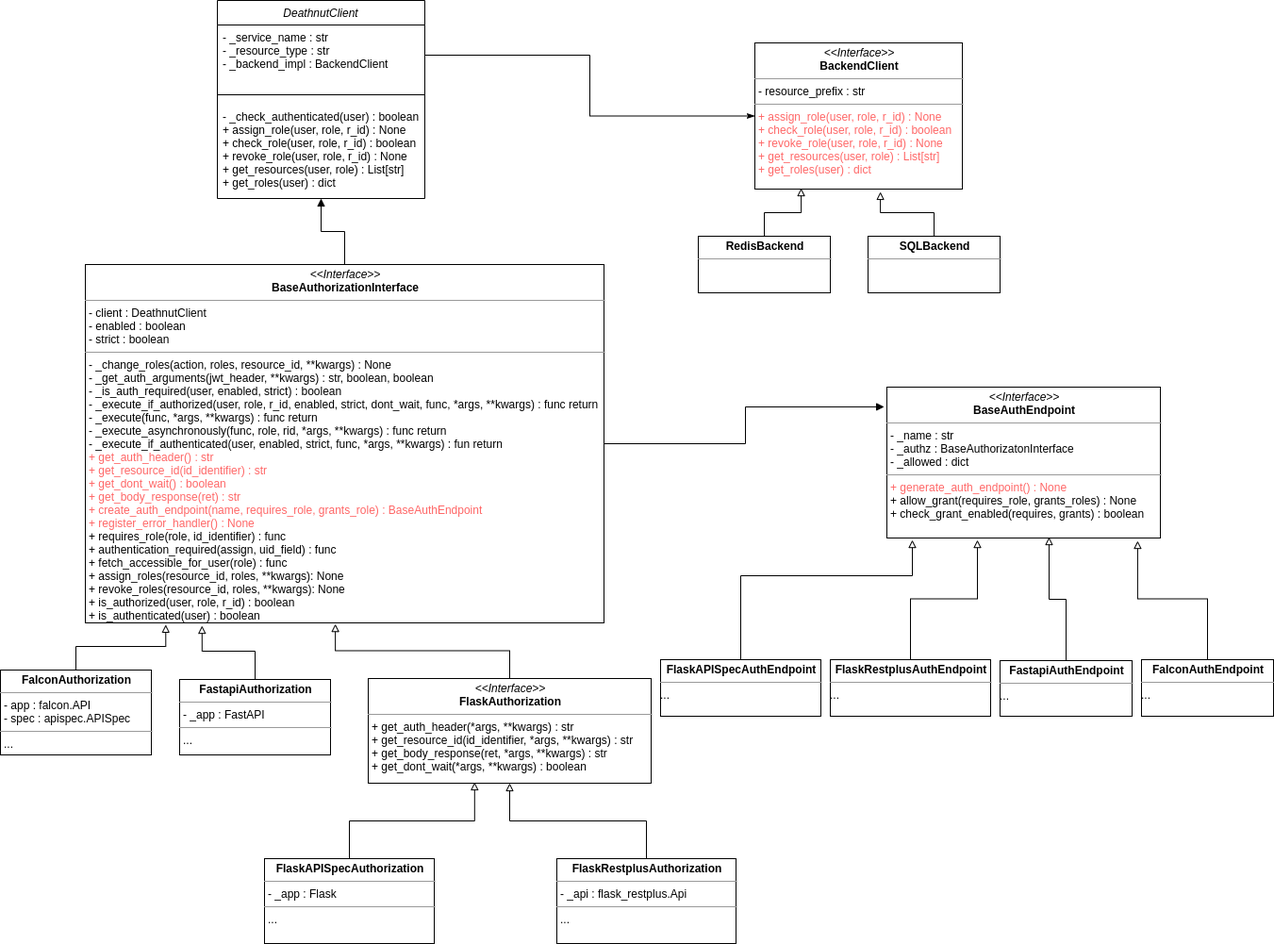
This is docs/deathnut_class_diagram.png from kepplemr/deathnut, a draw.io export, as it was before one commit. Source tidied: cells renumbered, new cells last; positions are measured from the earlier drawing's top-left corner, leaving out a move shared by most shapes.
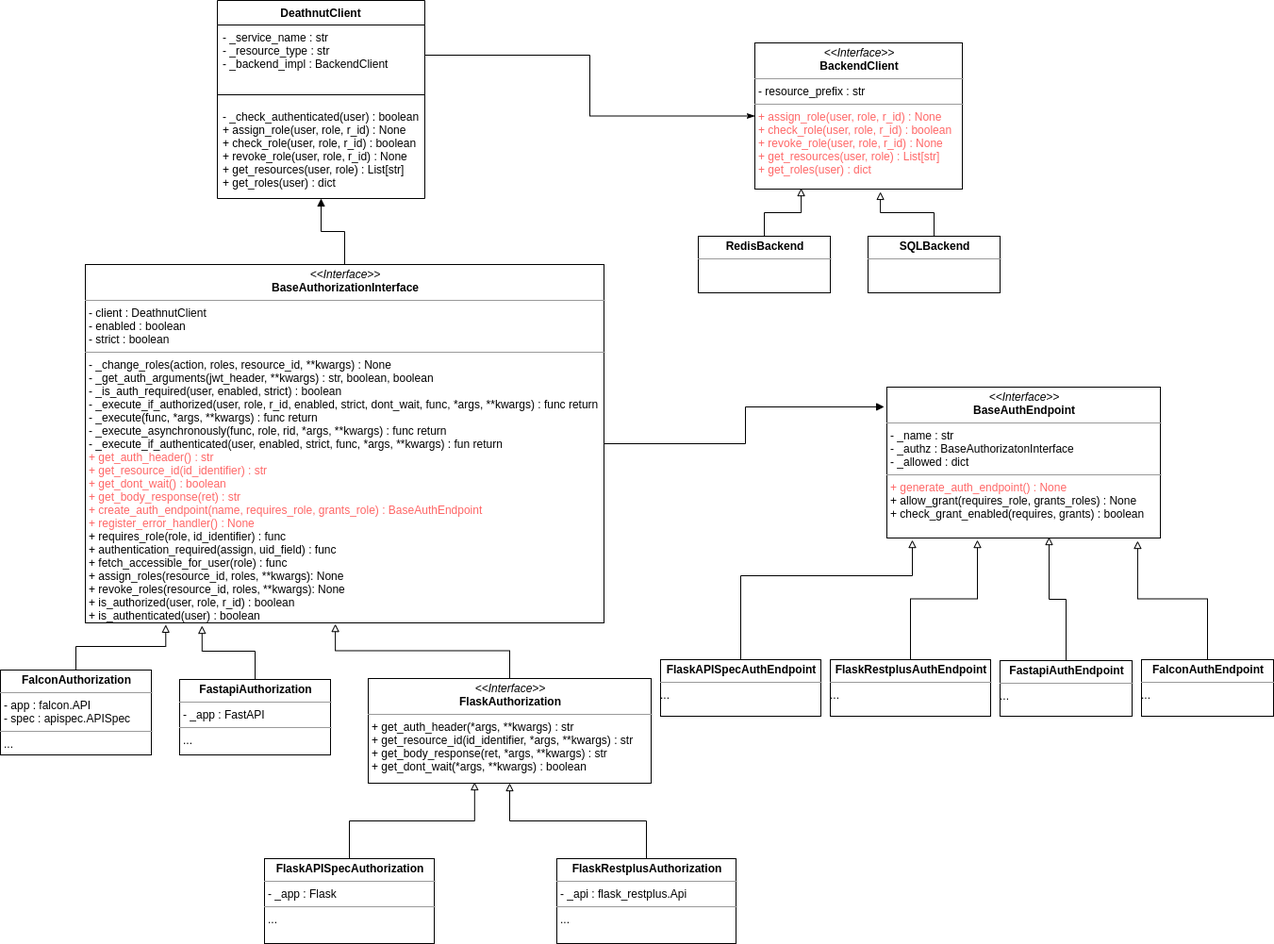
The same diagram one commit later.

Commit message:
updated class diagram

Diff of the diagram source:
```diff
@@ -5,7 +5,7 @@
     <mxCell id="2" style="edgeStyle=orthogonalEdgeStyle;rounded=0;jettySize=auto;html=1;entryX=0.155;entryY=1.005;entryDx=0;entryDy=0;entryPerimeter=0;endArrow=block;endFill=0;" parent="1" edge="1" source="14" target="9">
       <mxGeometry relative="1" as="geometry" />
     </mxCell>
-    <mxCell id="3" value="DeathnutClient" style="swimlane;fontStyle=2;align=center;verticalAlign=top;horizontal=1;startSize=26;rounded=0;shadow=0;strokeWidth=1;" parent="1" vertex="1">
+    <mxCell id="3" value="DeathnutClient" style="swimlane;fontStyle=1;align=center;verticalAlign=top;horizontal=1;startSize=26;rounded=0;shadow=0;strokeWidth=1;" parent="1" vertex="1">
       <mxGeometry x="230" width="220" height="210" as="geometry" />
     </mxCell>
     <mxCell id="4" value="- _service_name : str&#10;- _resource_type : str&#10;- _backend_impl : BackendClient" style="text;align=left;verticalAlign=top;spacingLeft=4;spacingRight=4;overflow=hidden;points=[[0,0.5],[1,0.5]];portConstraint=eastwest;" parent="3" vertex="1">
```
